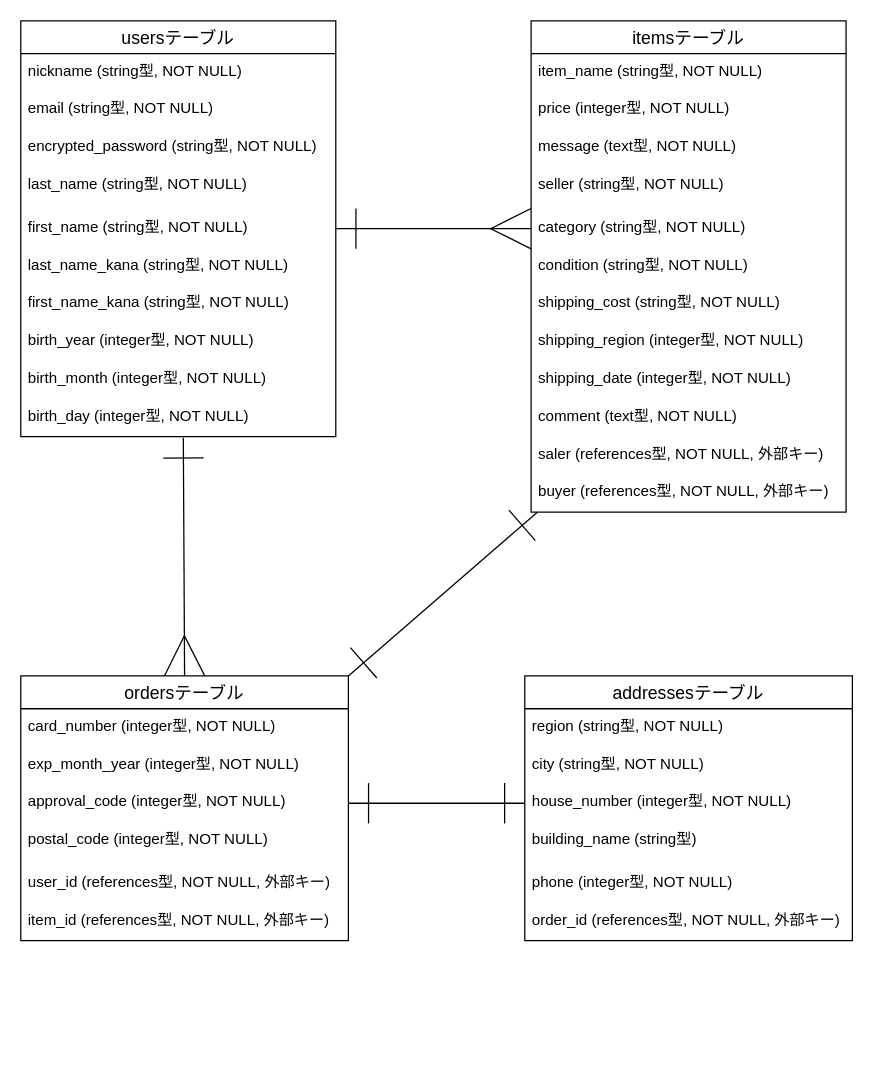
This is furima.dio from 31tomo/furima-40040, a draw.io file, before an edit. Source tidied: cells renumbered, new cells numbered last; positions are measured from the earlier drawing's top-left corner, leaving out a move shared by most shapes. Both pictures are drawn from the tidied source at 126%, with x=0, y=0 at pixel (20, 20).
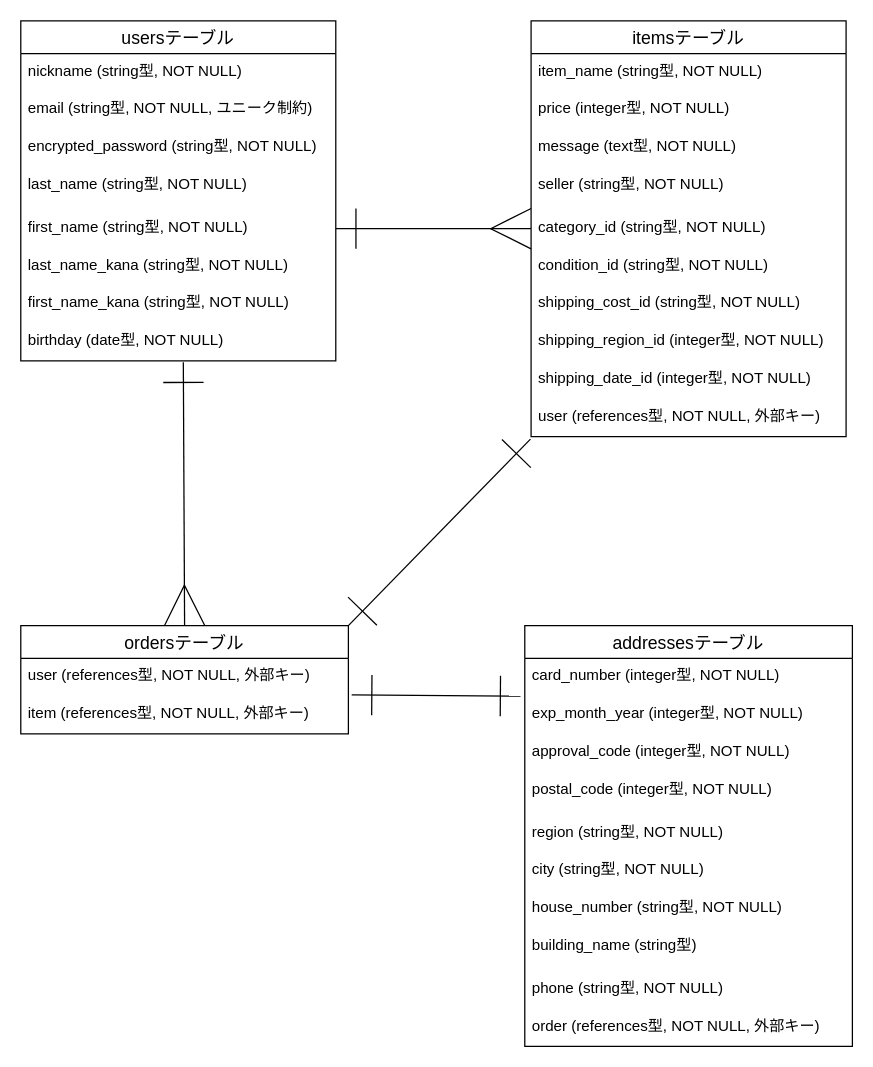
Above is the later version.

Commit message (it also covers changes not shown here):
データベース設計の修正

What changed in the source:
```diff
@@
     <mxCell id="2" value="usersテーブル" style="swimlane;fontStyle=0;horizontal=1;startSize=26;align=center;fontSize=14;" parent="1" vertex="1">
-      <mxGeometry width="250" height="330" as="geometry" />
+      <mxGeometry width="250" height="270" as="geometry" />
     </mxCell>
@@
-    <mxCell id="4" value="email (string型, NOT NULL)" style="text;strokeColor=none;fillColor=none;spacingLeft=4;spacingRight=4;overflow=hidden;fontSize=12;" parent="2" vertex="1">
+    <mxCell id="4" value="email (string型, NOT NULL, ユニーク制約)" style="text;strokeColor=none;fillColor=none;spacingLeft=4;spacingRight=4;overflow=hidden;fontSize=12;" parent="2" vertex="1">
       <mxGeometry y="56" width="250" height="30" as="geometry" />
     </mxCell>
@@
-    <mxCell id="10" value="birth_year (integer型, NOT NULL)" style="text;strokeColor=none;fillColor=none;spacingLeft=4;spacingRight=4;overflow=hidden;fontSize=12;" parent="2" vertex="1">
-      <mxGeometry y="240" width="250" height="30" as="geometry" />
-    </mxCell>
-    <mxCell id="11" value="birth_month (integer型, NOT NULL)" style="text;strokeColor=none;fillColor=none;spacingLeft=4;spacingRight=4;overflow=hidden;fontSize=12;" parent="2" vertex="1">
-      <mxGeometry y="270" width="250" height="30" as="geometry" />
-    </mxCell>
-    <mxCell id="12" value="birth_day (integer型, NOT NULL)" style="text;strokeColor=none;fillColor=none;spacingLeft=4;spacingRight=4;overflow=hidden;points=[[0,0.5],[1,0.5]];portConstraint=eastwest;fontSize=12;" parent="2" vertex="1">
-      <mxGeometry y="300" width="250" height="30" as="geometry" />
+    <mxCell id="12" value="birthday (date型, NOT NULL)" style="text;strokeColor=none;fillColor=none;spacingLeft=4;spacingRight=4;overflow=hidden;points=[[0,0.5],[1,0.5]];portConstraint=eastwest;fontSize=12;" parent="2" vertex="1">
+      <mxGeometry y="240" width="250" height="30" as="geometry" />
     </mxCell>
     <mxCell id="13" value="itemsテーブル" style="swimlane;fontStyle=0;horizontal=1;startSize=26;align=center;fontSize=14;" parent="1" vertex="1">
-      <mxGeometry x="405" width="250" height="390" as="geometry" />
+      <mxGeometry x="405" width="250" height="330" as="geometry" />
     </mxCell>
@@
-    <mxCell id="18" value="category (string型, NOT NULL)" style="text;strokeColor=none;fillColor=none;spacingLeft=4;spacingRight=4;overflow=hidden;points=[[0,0.5],[1,0.5]];portConstraint=eastwest;fontSize=12;" parent="13" vertex="1">
+    <mxCell id="18" value="category_id (string型, NOT NULL)" style="text;strokeColor=none;fillColor=none;spacingLeft=4;spacingRight=4;overflow=hidden;points=[[0,0.5],[1,0.5]];portConstraint=eastwest;fontSize=12;" parent="13" vertex="1">
       <mxGeometry y="150" width="250" height="30" as="geometry" />
     </mxCell>
-    <mxCell id="19" value="condition (string型, NOT NULL)" style="text;strokeColor=none;fillColor=none;spacingLeft=4;spacingRight=4;overflow=hidden;fontSize=12;" parent="13" vertex="1">
+    <mxCell id="19" value="condition_id (string型, NOT NULL)" style="text;strokeColor=none;fillColor=none;spacingLeft=4;spacingRight=4;overflow=hidden;fontSize=12;" parent="13" vertex="1">
       <mxGeometry y="180" width="250" height="30" as="geometry" />
     </mxCell>
-    <mxCell id="20" value="shipping_cost (string型, NOT NULL)" style="text;strokeColor=none;fillColor=none;spacingLeft=4;spacingRight=4;overflow=hidden;fontSize=12;" parent="13" vertex="1">
+    <mxCell id="20" value="shipping_cost_id (string型, NOT NULL)" style="text;strokeColor=none;fillColor=none;spacingLeft=4;spacingRight=4;overflow=hidden;fontSize=12;" parent="13" vertex="1">
       <mxGeometry y="210" width="250" height="30" as="geometry" />
     </mxCell>
-    <mxCell id="21" value="shipping_region (integer型, NOT NULL)" style="text;strokeColor=none;fillColor=none;spacingLeft=4;spacingRight=4;overflow=hidden;fontSize=12;" parent="13" vertex="1">
+    <mxCell id="21" value="shipping_region_id (integer型, NOT NULL)" style="text;strokeColor=none;fillColor=none;spacingLeft=4;spacingRight=4;overflow=hidden;fontSize=12;" parent="13" vertex="1">
       <mxGeometry y="240" width="250" height="30" as="geometry" />
     </mxCell>
-    <mxCell id="22" value="shipping_date (integer型, NOT NULL)" style="text;strokeColor=none;fillColor=none;spacingLeft=4;spacingRight=4;overflow=hidden;fontSize=12;" parent="13" vertex="1">
+    <mxCell id="22" value="shipping_date_id (integer型, NOT NULL)" style="text;strokeColor=none;fillColor=none;spacingLeft=4;spacingRight=4;overflow=hidden;fontSize=12;" parent="13" vertex="1">
       <mxGeometry y="270" width="250" height="30" as="geometry" />
     </mxCell>
-    <mxCell id="23" value="comment (text型, NOT NULL)" style="text;strokeColor=none;fillColor=none;spacingLeft=4;spacingRight=4;overflow=hidden;fontSize=12;" parent="13" vertex="1">
-      <mxGeometry y="300" width="250" height="30" as="geometry" />
-    </mxCell>
-    <mxCell id="24" value="saler (references型, NOT NULL, 外部キー)" style="text;strokeColor=none;fillColor=none;spacingLeft=4;spacingRight=4;overflow=hidden;points=[[0,0.5],[1,0.5]];portConstraint=eastwest;fontSize=12;" parent="13" vertex="1">
-      <mxGeometry y="330" width="250" height="30" as="geometry" />
+    <mxCell id="24" value="user (references型, NOT NULL, 外部キー)" style="text;strokeColor=none;fillColor=none;spacingLeft=4;spacingRight=4;overflow=hidden;points=[[0,0.5],[1,0.5]];portConstraint=eastwest;fontSize=12;" parent="13" vertex="1">
+      <mxGeometry y="300" width="250" height="30" as="geometry" />
     </mxCell>
-    <mxCell id="25" value="buyer (references型, NOT NULL, 外部キー)" style="text;strokeColor=none;fillColor=none;spacingLeft=4;spacingRight=4;overflow=hidden;fontSize=12;" parent="13" vertex="1">
-      <mxGeometry y="360" width="250" height="30" as="geometry" />
-    </mxCell>
-    <mxCell id="26" style="edgeStyle=none;html=1;exitX=0.5;exitY=0;exitDx=0;exitDy=0;entryX=0.516;entryY=1.033;entryDx=0;entryDy=0;entryPerimeter=0;strokeWidth=1;startArrow=ERmany;startFill=0;endArrow=ERone;endFill=0;startSize=30;endSize=30;targetPerimeterSpacing=0;" parent="1" edge="1" source="28" target="12">
+    <mxCell id="26" style="edgeStyle=none;html=1;entryX=0.516;entryY=1.033;entryDx=0;entryDy=0;entryPerimeter=0;strokeWidth=1;startArrow=ERmany;startFill=0;endArrow=ERone;endFill=0;startSize=30;endSize=30;targetPerimeterSpacing=0;exitX=0.5;exitY=0;exitDx=0;exitDy=0;" parent="1" edge="1" source="28" target="12">
       <mxGeometry relative="1" as="geometry" />
     </mxCell>
-    <mxCell id="27" style="edgeStyle=none;html=1;exitX=1;exitY=0;exitDx=0;exitDy=0;strokeWidth=1;startArrow=ERone;startFill=0;endArrow=ERone;endFill=0;startSize=30;endSize=30;targetPerimeterSpacing=0;" parent="1" edge="1" source="28">
-      <mxGeometry relative="1" as="geometry">
-        <mxPoint x="410" y="390" as="targetPoint" />
-      </mxGeometry>
+    <mxCell id="27" style="edgeStyle=none;html=1;exitX=1;exitY=0;exitDx=0;exitDy=0;strokeWidth=1;startArrow=ERone;startFill=0;endArrow=ERone;endFill=0;startSize=30;endSize=30;targetPerimeterSpacing=0;entryX=-0.002;entryY=1.067;entryDx=0;entryDy=0;entryPerimeter=0;" parent="1" edge="1" source="28" target="24">
+      <mxGeometry relative="1" as="geometry" />
     </mxCell>
     <mxCell id="28" value="ordersテーブル" style="swimlane;fontStyle=0;horizontal=1;startSize=26;align=center;fontSize=14;" parent="1" vertex="1">
-      <mxGeometry y="520" width="260" height="210" as="geometry" />
+      <mxGeometry y="480" width="260" height="86" as="geometry" />
     </mxCell>
+    <mxCell id="33" value="user (references型, NOT NULL, 外部キー)" style="text;strokeColor=none;fillColor=none;spacingLeft=4;spacingRight=4;overflow=hidden;fontSize=12;" parent="28" vertex="1">
+      <mxGeometry y="26" width="260" height="30" as="geometry" />
+    </mxCell>
+    <mxCell id="34" value="item (references型, NOT NULL, 外部キー)" style="text;strokeColor=none;fillColor=none;spacingLeft=4;spacingRight=4;overflow=hidden;points=[[0,0.5],[1,0.5]];portConstraint=eastwest;fontSize=12;" parent="28" vertex="1">
+      <mxGeometry y="56" width="260" height="30" as="geometry" />
+    </mxCell>
+    <mxCell id="35" value="addressesテーブル" style="swimlane;fontStyle=0;horizontal=1;startSize=26;align=center;fontSize=14;" parent="1" vertex="1">
+      <mxGeometry x="400" y="480" width="260" height="334" as="geometry" />
+    </mxCell>
-    <mxCell id="29" value="card_number (integer型, NOT NULL)" style="text;strokeColor=none;fillColor=none;spacingLeft=4;spacingRight=4;overflow=hidden;points=[[0,0.5],[1,0.5]];portConstraint=eastwest;fontSize=12;" parent="28" vertex="1">
+    <mxCell id="29" value="card_number (integer型, NOT NULL)" style="text;strokeColor=none;fillColor=none;spacingLeft=4;spacingRight=4;overflow=hidden;points=[[0,0.5],[1,0.5]];portConstraint=eastwest;fontSize=12;" parent="35" vertex="1">
       <mxGeometry y="26" width="260" height="30" as="geometry" />
     </mxCell>
-    <mxCell id="30" value="exp_month_year (integer型, NOT NULL)" style="text;strokeColor=none;fillColor=none;spacingLeft=4;spacingRight=4;overflow=hidden;fontSize=12;" parent="28" vertex="1">
+    <mxCell id="30" value="exp_month_year (integer型, NOT NULL)" style="text;strokeColor=none;fillColor=none;spacingLeft=4;spacingRight=4;overflow=hidden;fontSize=12;" parent="35" vertex="1">
       <mxGeometry y="56" width="260" height="30" as="geometry" />
     </mxCell>
-    <mxCell id="31" value="approval_code (integer型, NOT NULL)" style="text;strokeColor=none;fillColor=none;spacingLeft=4;spacingRight=4;overflow=hidden;points=[[0,0.5],[1,0.5]];portConstraint=eastwest;fontSize=12;" parent="28" vertex="1">
+    <mxCell id="31" value="approval_code (integer型, NOT NULL)" style="text;strokeColor=none;fillColor=none;spacingLeft=4;spacingRight=4;overflow=hidden;points=[[0,0.5],[1,0.5]];portConstraint=eastwest;fontSize=12;" parent="35" vertex="1">
       <mxGeometry y="86" width="260" height="30" as="geometry" />
     </mxCell>
-    <mxCell id="32" value="postal_code (integer型, NOT NULL)" style="text;strokeColor=none;fillColor=none;spacingLeft=4;spacingRight=4;overflow=hidden;fontSize=12;" parent="28" vertex="1">
+    <mxCell id="32" value="postal_code (integer型, NOT NULL)" style="text;strokeColor=none;fillColor=none;spacingLeft=4;spacingRight=4;overflow=hidden;fontSize=12;" parent="35" vertex="1">
       <mxGeometry y="116" width="260" height="34" as="geometry" />
     </mxCell>
-    <mxCell id="33" value="user_id (references型, NOT NULL, 外部キー)" style="text;strokeColor=none;fillColor=none;spacingLeft=4;spacingRight=4;overflow=hidden;fontSize=12;" parent="28" vertex="1">
-      <mxGeometry y="150" width="260" height="30" as="geometry" />
-    </mxCell>
-    <mxCell id="34" value="item_id (references型, NOT NULL, 外部キー)" style="text;strokeColor=none;fillColor=none;spacingLeft=4;spacingRight=4;overflow=hidden;points=[[0,0.5],[1,0.5]];portConstraint=eastwest;fontSize=12;" parent="28" vertex="1">
-      <mxGeometry y="180" width="260" height="30" as="geometry" />
-    </mxCell>
-    <mxCell id="35" value="addressesテーブル" style="swimlane;fontStyle=0;horizontal=1;startSize=26;align=center;fontSize=14;" parent="1" vertex="1">
-      <mxGeometry x="400" y="520" width="260" height="210" as="geometry" />
-    </mxCell>
     <mxCell id="36" value="region (string型, NOT NULL)" style="text;strokeColor=none;fillColor=none;spacingLeft=4;spacingRight=4;overflow=hidden;fontSize=12;" parent="35" vertex="1">
-      <mxGeometry y="26" width="260" height="30" as="geometry" />
+      <mxGeometry y="150" width="260" height="30" as="geometry" />
     </mxCell>
     <mxCell id="37" value="city (string型, NOT NULL)" style="text;strokeColor=none;fillColor=none;spacingLeft=4;spacingRight=4;overflow=hidden;fontSize=12;" parent="35" vertex="1">
-      <mxGeometry y="56" width="260" height="30" as="geometry" />
+      <mxGeometry y="180" width="260" height="30" as="geometry" />
     </mxCell>
-    <mxCell id="38" value="house_number (integer型, NOT NULL)" style="text;strokeColor=none;fillColor=none;spacingLeft=4;spacingRight=4;overflow=hidden;points=[[0,0.5],[1,0.5]];portConstraint=eastwest;fontSize=12;" parent="35" vertex="1">
-      <mxGeometry y="86" width="260" height="30" as="geometry" />
+    <mxCell id="38" value="house_number (string型, NOT NULL)" style="text;strokeColor=none;fillColor=none;spacingLeft=4;spacingRight=4;overflow=hidden;points=[[0,0.5],[1,0.5]];portConstraint=eastwest;fontSize=12;" parent="35" vertex="1">
+      <mxGeometry y="210" width="260" height="30" as="geometry" />
     </mxCell>
     <mxCell id="39" value="building_name (string型)" style="text;strokeColor=none;fillColor=none;spacingLeft=4;spacingRight=4;overflow=hidden;fontSize=12;" parent="35" vertex="1">
-      <mxGeometry y="116" width="260" height="34" as="geometry" />
+      <mxGeometry y="240" width="260" height="34" as="geometry" />
     </mxCell>
-    <mxCell id="40" value="phone (integer型, NOT NULL)" style="text;strokeColor=none;fillColor=none;spacingLeft=4;spacingRight=4;overflow=hidden;fontSize=12;" parent="35" vertex="1">
-      <mxGeometry y="150" width="260" height="30" as="geometry" />
+    <mxCell id="40" value="phone (string型, NOT NULL)" style="text;strokeColor=none;fillColor=none;spacingLeft=4;spacingRight=4;overflow=hidden;fontSize=12;" parent="35" vertex="1">
+      <mxGeometry y="274" width="260" height="30" as="geometry" />
     </mxCell>
-    <mxCell id="41" value="order_id (references型, NOT NULL, 外部キー)" style="text;strokeColor=none;fillColor=none;spacingLeft=4;spacingRight=4;overflow=hidden;fontSize=12;" parent="35" vertex="1">
-      <mxGeometry y="180" width="260" height="30" as="geometry" />
+    <mxCell id="41" value="order (references型, NOT NULL, 外部キー)" style="text;strokeColor=none;fillColor=none;spacingLeft=4;spacingRight=4;overflow=hidden;fontSize=12;" parent="35" vertex="1">
+      <mxGeometry y="304" width="260" height="30" as="geometry" />
     </mxCell>
@@
-    <mxCell id="43" style="edgeStyle=none;html=1;exitX=1;exitY=0.5;exitDx=0;exitDy=0;entryX=0;entryY=0.5;entryDx=0;entryDy=0;strokeWidth=1;startArrow=ERone;startFill=0;endArrow=ERone;endFill=0;startSize=30;endSize=30;targetPerimeterSpacing=7;" parent="1" edge="1" source="31" target="38">
+    <mxCell id="43" style="edgeStyle=none;html=1;strokeWidth=1;startArrow=ERone;startFill=0;endArrow=ERone;endFill=0;startSize=30;endSize=30;targetPerimeterSpacing=7;exitX=1.01;exitY=-0.033;exitDx=0;exitDy=0;exitPerimeter=0;entryX=-0.013;entryY=1;entryDx=0;entryDy=0;entryPerimeter=0;" parent="1" edge="1" source="34" target="29">
       <mxGeometry relative="1" as="geometry" />
     </mxCell>
```
